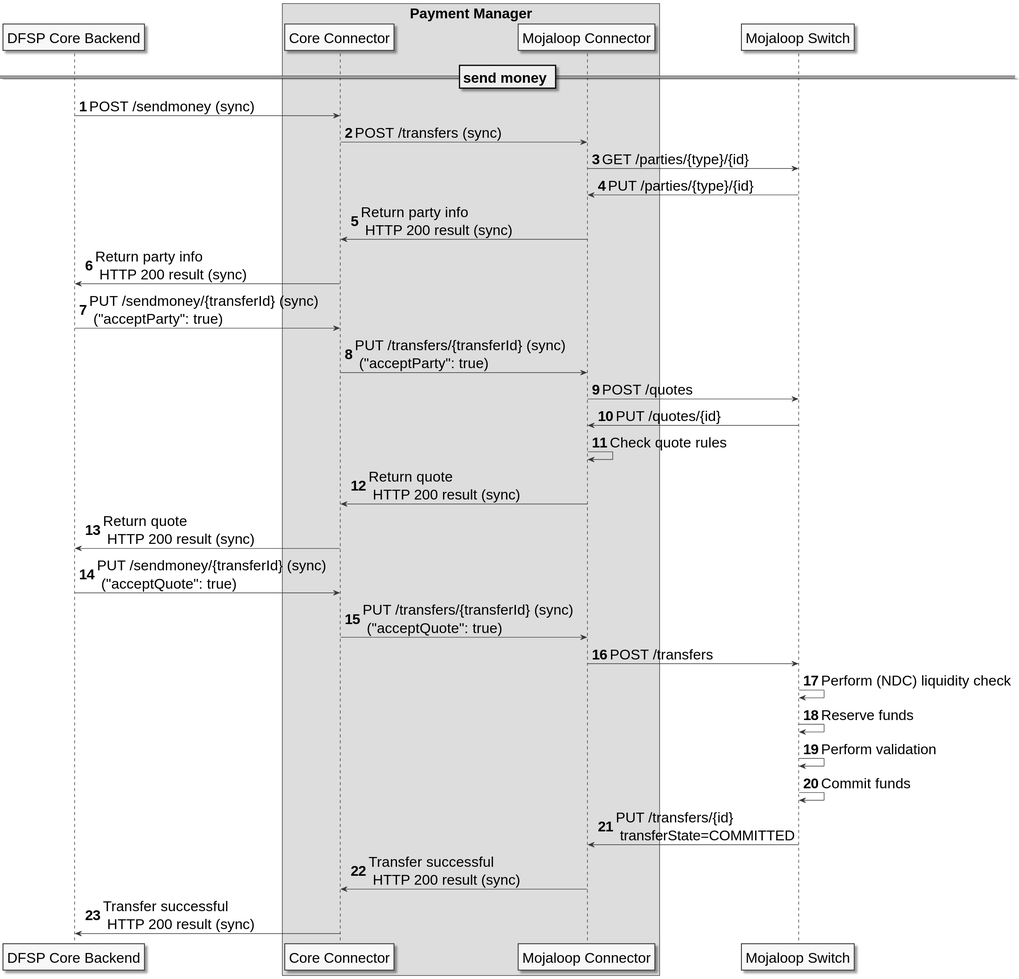
pm4ml/documents keeps this PlantUML diagram as modules/core_connector/images/PM4ML_transfer_flow_payer_multistage_happy_path.svg. Above is the earlier version.
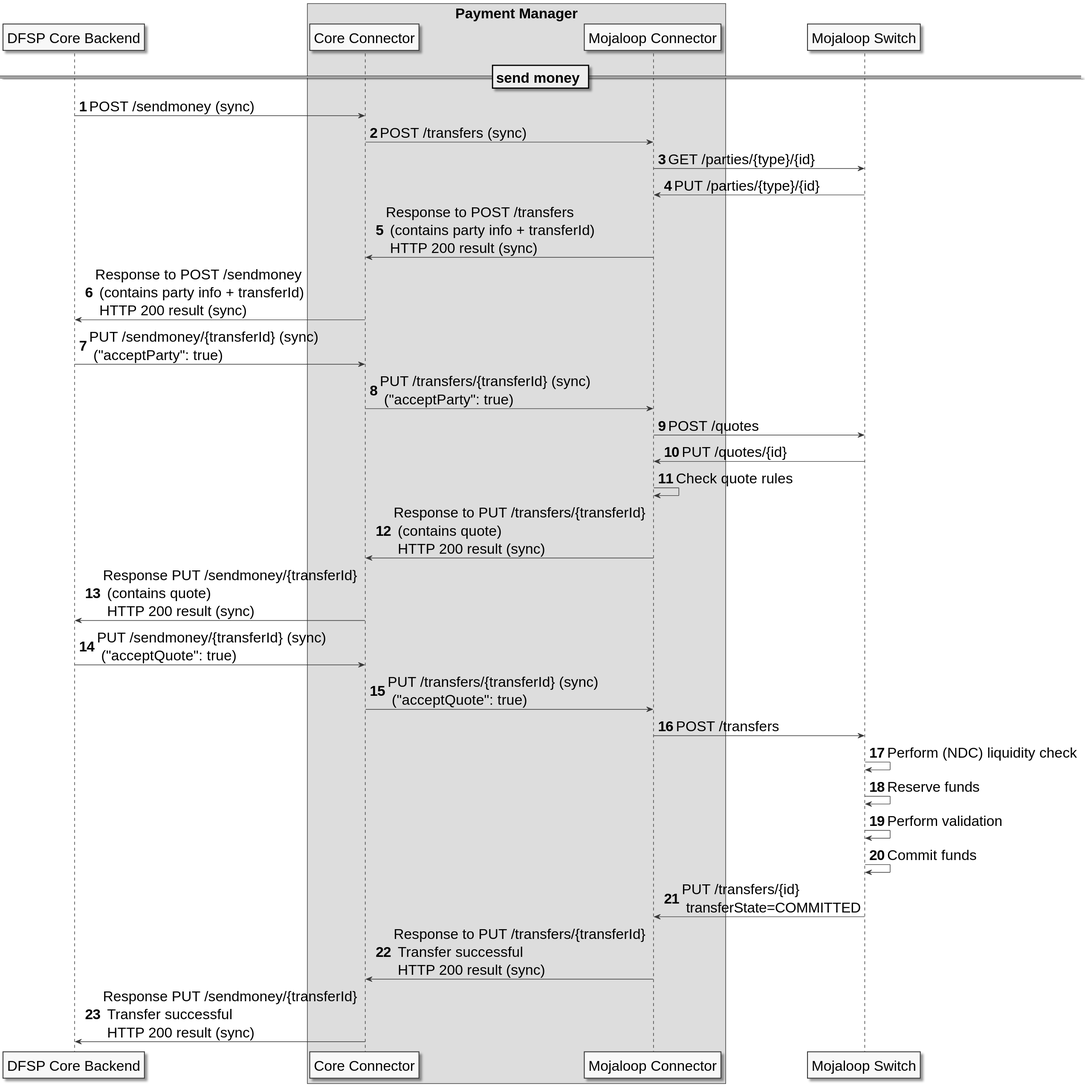
After the change.

The edit, as a diff of the source:
```diff
@@ -24,15 +24,15 @@
     cc -> sob: POST /transfers (sync)
     sob -> sw: GET /parties/{type}/{id}
     sw -> sob: PUT /parties/{type}/{id}
-    sob -> cc: Return party info \n HTTP 200 result (sync)
-    cc -> backend: Return party info \n HTTP 200 result (sync)
+    sob -> cc: Response to POST /transfers \n (contains party info + transferId) \n HTTP 200 result (sync)
+    cc -> backend: Response to POST /sendmoney \n (contains party info + transferId) \n HTTP 200 result (sync)
     backend -> cc: PUT /sendmoney/{transferId} (sync) \n ("acceptParty": true)
     cc -> sob: PUT /transfers/{transferId} (sync) \n ("acceptParty": true)
     sob -> sw: POST /quotes
     sw -> sob: PUT /quotes/{id}
     sob -> sob: Check quote rules
-    sob -> cc: Return quote \n HTTP 200 result (sync)
-    cc -> backend: Return quote \n HTTP 200 result (sync)
+    sob -> cc: Response to PUT /transfers/{transferId} \n (contains quote) \n HTTP 200 result (sync)
+    cc -> backend: Response PUT /sendmoney/{transferId} \n (contains quote) \n HTTP 200 result (sync)
     backend -> cc: PUT /sendmoney/{transferId} (sync) \n ("acceptQuote": true)
     cc -> sob: PUT /transfers/{transferId} (sync) \n ("acceptQuote": true)
     sob -> sw: POST /transfers
@@ -41,7 +41,7 @@
     sw -> sw: Perform validation
     sw -> sw: Commit funds
     sw -> sob: PUT /transfers/{id} \n transferState=COMMITTED
-    sob -> cc: Transfer successful \n HTTP 200 result (sync)
-    cc -> backend: Transfer successful \n HTTP 200 result (sync)
+    sob -> cc: Response to PUT /transfers/{transferId} \n Transfer successful \n HTTP 200 result (sync)
+    cc -> backend: Response PUT /sendmoney/{transferId} \n Transfer successful \n HTTP 200 result (sync)
 
 @enduml
```
